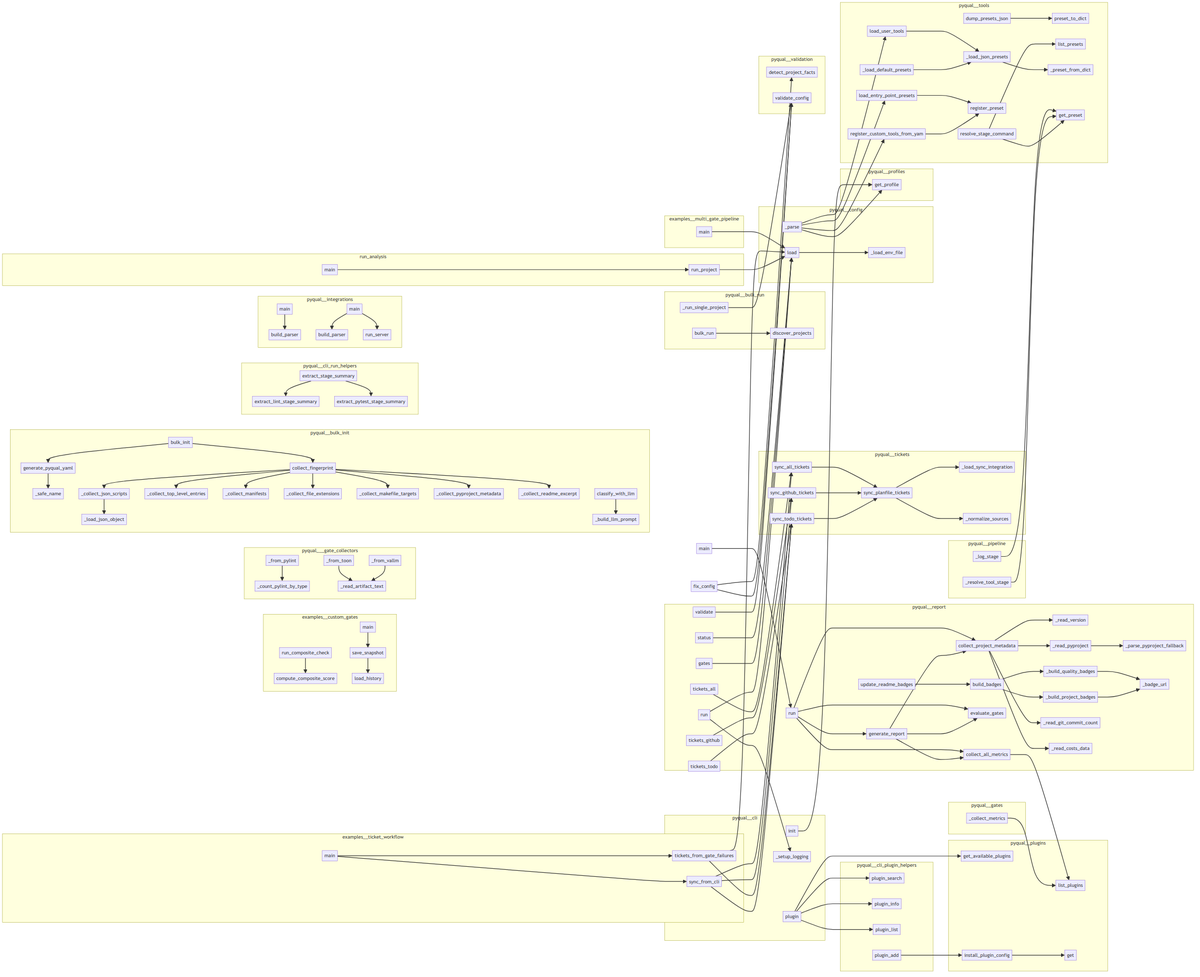
Before: project/calls.png, a diagram exported from Mermaid (semcod/pyqual). Its source is kept beside it as project/calls.mmd.
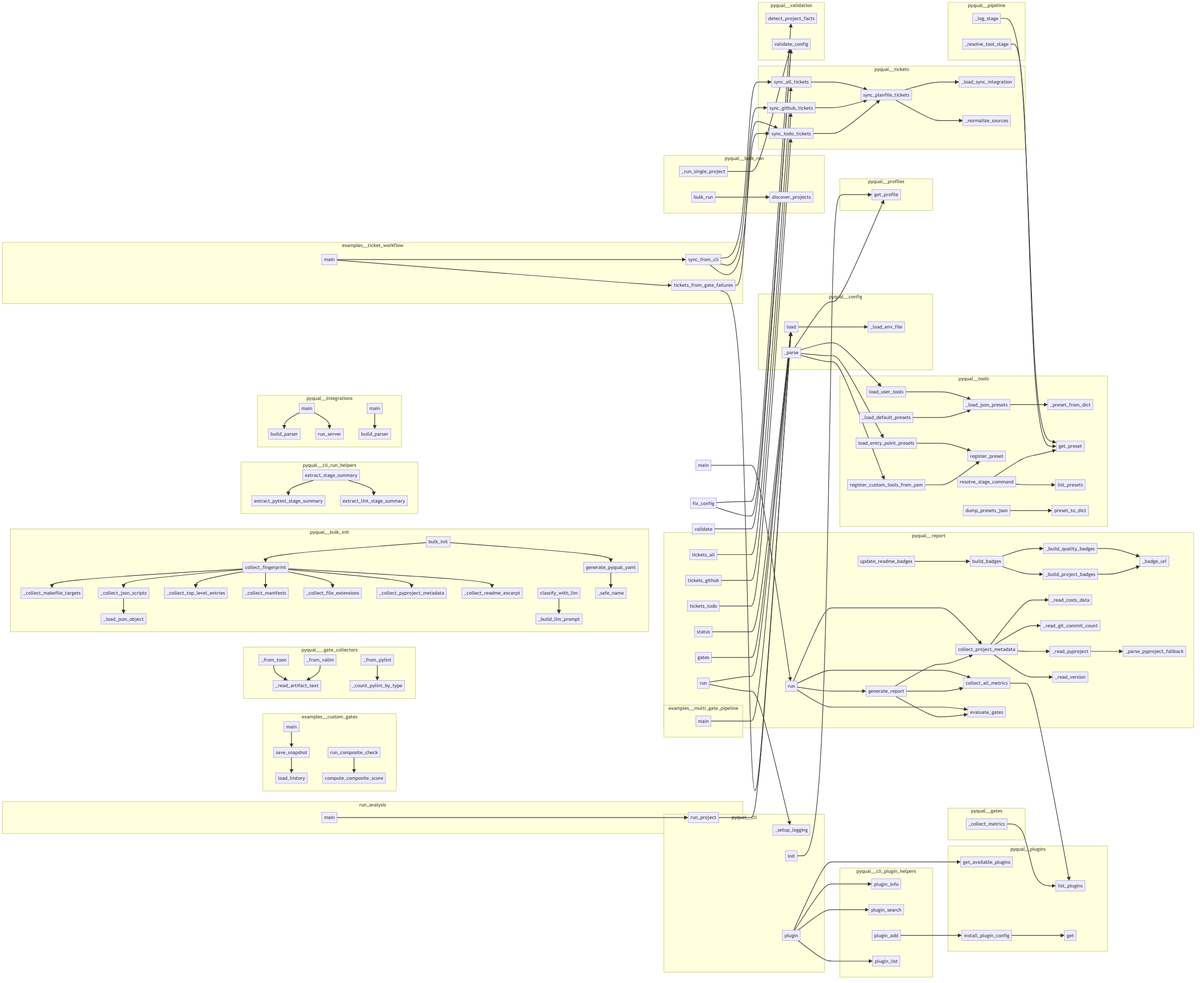
Later version of the same file.

The edit, as a diff of the source:
```diff
@@ -1,152 +1,152 @@
 flowchart LR
     subgraph examples__custom_gates
-        examples__custom_gates__composite_gates__run_composite_check["run_composite_check"]
         examples__custom_gates__metric_history__save_snapshot["save_snapshot"]
         examples__custom_gates__composite_gates__compute_composite_score["compute_composite_score"]
+        examples__custom_gates__metric_history__main["main"]
         examples__custom_gates__metric_history__load_history["load_history"]
-        examples__custom_gates__metric_history__main["main"]
+        examples__custom_gates__composite_gates__run_composite_check["run_composite_check"]
     end
     subgraph examples__multi_gate_pipeline
         examples__multi_gate_pipeline__run_pipeline__main["main"]
     end
     subgraph examples__ticket_workflow
+        examples__ticket_workflow__sync_tickets__main["main"]
+        examples__ticket_workflow__sync_tickets__sync_from_cli["sync_from_cli"]
         examples__ticket_workflow__sync_tickets__tickets_from_gate_failures["tickets_from_gate_failures"]
-        examples__ticket_workflow__sync_tickets__sync_from_cli["sync_from_cli"]
-        examples__ticket_workflow__sync_tickets__main["main"]
     end
     subgraph pyqual___gate_collectors
+        pyqual___gate_collectors___from_pylint["_from_pylint"]
         pyqual___gate_collectors___count_pylint_by_type["_count_pylint_by_type"]
-        pyqual___gate_collectors___from_pylint["_from_pylint"]
+        pyqual___gate_collectors___from_toon["_from_toon"]
         pyqual___gate_collectors___read_artifact_text["_read_artifact_text"]
         pyqual___gate_collectors___from_vallm["_from_vallm"]
-        pyqual___gate_collectors___from_toon["_from_toon"]
     end
     subgraph pyqual__bulk_init
+        pyqual__bulk_init___collect_makefile_targets["_collect_makefile_targets"]
+        pyqual__bulk_init___build_llm_prompt["_build_llm_prompt"]
+        pyqual__bulk_init___collect_pyproject_metadata["_collect_pyproject_metadata"]
+        pyqual__bulk_init__classify_with_llm["classify_with_llm"]
+        pyqual__bulk_init___collect_readme_excerpt["_collect_readme_excerpt"]
+        pyqual__bulk_init___load_json_object["_load_json_object"]
+        pyqual__bulk_init___collect_top_level_entries["_collect_top_level_entries"]
+        pyqual__bulk_init__bulk_init["bulk_init"]
+        pyqual__bulk_init__collect_fingerprint["collect_fingerprint"]
         pyqual__bulk_init___safe_name["_safe_name"]
-        pyqual__bulk_init___collect_pyproject_metadata["_collect_pyproject_metadata"]
         pyqual__bulk_init___collect_json_scripts["_collect_json_scripts"]
         pyqual__bulk_init___collect_manifests["_collect_manifests"]
-        pyqual__bulk_init__bulk_init["bulk_init"]
-        pyqual__bulk_init___collect_makefile_targets["_collect_makefile_targets"]
         pyqual__bulk_init___collect_file_extensions["_collect_file_extensions"]
-        pyqual__bulk_init__collect_fingerprint["collect_fingerprint"]
-        pyqual__bulk_init___collect_top_level_entries["_collect_top_level_entries"]
-        pyqual__bulk_init___collect_readme_excerpt["_collect_readme_excerpt"]
-        pyqual__bulk_init___build_llm_prompt["_build_llm_prompt"]
         pyqual__bulk_init__generate_pyqual_yaml["generate_pyqual_yaml"]
-        pyqual__bulk_init__classify_with_llm["classify_with_llm"]
-        pyqual__bulk_init___load_json_object["_load_json_object"]
     end
     subgraph pyqual__bulk_run
+        pyqual__bulk_run__discover_projects["discover_projects"]
         pyqual__bulk_run__bulk_run["bulk_run"]
-        pyqual__bulk_run__discover_projects["discover_projects"]
         pyqual__bulk_run___run_single_project["_run_single_project"]
     end
     subgraph pyqual__cli
         pyqual__cli__fix_config["fix_config"]
-        pyqual__cli__status["status"]
-        pyqual__cli__tickets_github["tickets_github"]
         pyqual__cli__gates["gates"]
-        pyqual__cli__init["init"]
         pyqual__cli___setup_logging["_setup_logging"]
         pyqual__cli__tickets_todo["tickets_todo"]
-        pyqual__cli__validate["validate"]
+        pyqual__cli__tickets_github["tickets_github"]
+        pyqual__cli__tickets_all["tickets_all"]
         pyqual__cli__plugin["plugin"]
         pyqual__cli__run["run"]
-        pyqual__cli__tickets_all["tickets_all"]
+        pyqual__cli__init["init"]
+        pyqual__cli__validate["validate"]
+        pyqual__cli__status["status"]
     end
     subgraph pyqual__cli_plugin_helpers
+        pyqual__cli_plugin_helpers__plugin_info["plugin_info"]
         pyqual__cli_plugin_helpers__plugin_search["plugin_search"]
-        pyqual__cli_plugin_helpers__plugin_info["plugin_info"]
+        pyqual__cli_plugin_helpers__plugin_add["plugin_add"]
         pyqual__cli_plugin_helpers__plugin_list["plugin_list"]
-        pyqual__cli_plugin_helpers__plugin_add["plugin_add"]
     end
     subgraph pyqual__cli_run_helpers
+        pyqual__cli_run_helpers__extract_stage_summary["extract_stage_summary"]
         pyqual__cli_run_helpers__extract_lint_stage_summary["extract_lint_stage_summary"]
         pyqual__cli_run_helpers__extract_pytest_stage_summary["extract_pytest_stage_summary"]
-        pyqual__cli_run_helpers__extract_stage_summary["extract_stage_summary"]
     end
     subgraph pyqual__config
-        pyqual__config__PyqualConfig__load["load"]
         pyqual__config___load_env_file["_load_env_file"]
         pyqual__config__PyqualConfig___parse["_parse"]
+        pyqual__config__PyqualConfig__load["load"]
     end
     subgraph pyqual__gates
         pyqual__gates__GateSet___collect_metrics["_collect_metrics"]
     end
     subgraph pyqual__integrations
+        pyqual__integrations__llx_mcp_service__build_parser["build_parser"]
+        pyqual__integrations__llx_mcp_service__main["main"]
+        pyqual__integrations__llx_mcp_service__run_server["run_server"]
+        pyqual__integrations__llx_mcp__main["main"]
         pyqual__integrations__llx_mcp__build_parser["build_parser"]
-        pyqual__integrations__llx_mcp_service__run_server["run_server"]
-        pyqual__integrations__llx_mcp_service__main["main"]
-        pyqual__integrations__llx_mcp__main["main"]
-        pyqual__integrations__llx_mcp_service__build_parser["build_parser"]
     end
     subgraph pyqual__pipeline
         pyqual__pipeline__Pipeline___resolve_tool_stage["_resolve_tool_stage"]
         pyqual__pipeline__Pipeline___log_stage["_log_stage"]
     end
     subgraph pyqual__plugins
-        pyqual__plugins__get_available_plugins["get_available_plugins"]
         pyqual__plugins__PluginRegistry__list_plugins["list_plugins"]
         pyqual__plugins__PluginRegistry__get["get"]
+        pyqual__plugins__get_available_plugins["get_available_plugins"]
         pyqual__plugins__install_plugin_config["install_plugin_config"]
     end
     subgraph pyqual__profiles
         pyqual__profiles__get_profile["get_profile"]
     end
     subgraph pyqual__report
+        pyqual__report___build_quality_badges["_build_quality_badges"]
+        pyqual__report__collect_project_metadata["collect_project_metadata"]
+        pyqual__report___read_pyproject["_read_pyproject"]
+        pyqual__report__collect_all_metrics["collect_all_metrics"]
         pyqual__report__build_badges["build_badges"]
-        pyqual__report__collect_project_metadata["collect_project_metadata"]
         pyqual__report__run["run"]
-        pyqual__report___read_version["_read_version"]
-        pyqual__report___build_quality_badges["_build_quality_badges"]
+        pyqual__report___badge_url["_badge_url"]
+        pyqual__report___read_costs_data["_read_costs_data"]
+        pyqual__report___parse_pyproject_fallback["_parse_pyproject_fallback"]
+        pyqual__report__update_readme_badges["update_readme_badges"]
+        pyqual__report___read_git_commit_count["_read_git_commit_count"]
         pyqual__report__main["main"]
-        pyqual__report___build_project_badges["_build_project_badges"]
         pyqual__report__generate_report["generate_report"]
         pyqual__report__evaluate_gates["evaluate_gates"]
-        pyqual__report___read_pyproject["_read_pyproject"]
-        pyqual__report___parse_pyproject_fallback["_parse_pyproject_fallback"]
-        pyqual__report___read_git_commit_count["_read_git_commit_count"]
-        pyqual__report___badge_url["_badge_url"]
-        pyqual__report__update_readme_badges["update_readme_badges"]
-        pyqual__report__collect_all_metrics["collect_all_metrics"]
-        pyqual__report___read_costs_data["_read_costs_data"]
+        pyqual__report___build_project_badges["_build_project_badges"]
+        pyqual__report___read_version["_read_version"]
     end
     subgraph pyqual__tickets
+        pyqual__tickets__sync_todo_tickets["sync_todo_tickets"]
+        pyqual__tickets__sync_github_tickets["sync_github_tickets"]
+        pyqual__tickets__sync_planfile_tickets["sync_planfile_tickets"]
+        pyqual__tickets__sync_all_tickets["sync_all_tickets"]
         pyqual__tickets___load_sync_integration["_load_sync_integration"]
-        pyqual__tickets__sync_planfile_tickets["sync_planfile_tickets"]
-        pyqual__tickets__sync_github_tickets["sync_github_tickets"]
-        pyqual__tickets__sync_todo_tickets["sync_todo_tickets"]
-        pyqual__tickets__sync_all_tickets["sync_all_tickets"]
         pyqual__tickets___normalize_sources["_normalize_sources"]
     end
     subgraph pyqual__tools
+        pyqual__tools__load_entry_point_presets["load_entry_point_presets"]
+        pyqual__tools___load_json_presets["_load_json_presets"]
+        pyqual__tools___preset_from_dict["_preset_from_dict"]
+        pyqual__tools___load_default_presets["_load_default_presets"]
+        pyqual__tools__register_custom_tools_from_yaml["register_custom_tools_from_yam"]
+        pyqual__tools__get_preset["get_preset"]
+        pyqual__tools__load_user_tools["load_user_tools"]
+        pyqual__tools__register_preset["register_preset"]
         pyqual__tools__dump_presets_json["dump_presets_json"]
+        pyqual__tools__list_presets["list_presets"]
         pyqual__tools__resolve_stage_command["resolve_stage_command"]
-        pyqual__tools__load_entry_point_presets["load_entry_point_presets"]
-        pyqual__tools__register_custom_tools_from_yaml["register_custom_tools_from_yam"]
-        pyqual__tools___load_default_presets["_load_default_presets"]
-        pyqual__tools__register_preset["register_preset"]
         pyqual__tools__preset_to_dict["preset_to_dict"]
-        pyqual__tools__list_presets["list_presets"]
-        pyqual__tools___preset_from_dict["_preset_from_dict"]
-        pyqual__tools__load_user_tools["load_user_tools"]
-        pyqual__tools__get_preset["get_preset"]
-        pyqual__tools___load_json_presets["_load_json_presets"]
     end
     subgraph pyqual__validation
         pyqual__validation__detect_project_facts["detect_project_facts"]
         pyqual__validation__validate_config["validate_config"]
     end
     subgraph run_analysis
+        run_analysis__run_project["run_project"]
         run_analysis__main["main"]
-        run_analysis__run_project["run_project"]
     end
     run_analysis__run_project --> pyqual__config__PyqualConfig__load
     run_analysis__main --> run_analysis__run_project
-    examples__custom_gates__composite_gates__run_composite_check --> examples__custom_gates__composite_gates__compute_composite_score
     examples__custom_gates__metric_history__save_snapshot --> examples__custom_gates__metric_history__load_history
     examples__custom_gates__metric_history__main --> examples__custom_gates__metric_history__save_snapshot
+    examples__custom_gates__composite_gates__run_composite_check --> examples__custom_gates__composite_gates__compute_composite_score
     examples__ticket_workflow__sync_tickets__sync_from_cli --> pyqual__tickets__sync_github_tickets
     examples__ticket_workflow__sync_tickets__sync_from_cli --> pyqual__tickets__sync_all_tickets
     examples__ticket_workflow__sync_tickets__sync_from_cli --> pyqual__tickets__sync_todo_tickets
@@ -156,11 +156,6 @@
     examples__ticket_workflow__sync_tickets__main --> examples__ticket_workflow__sync_tickets__tickets_from_gate_failures
     examples__multi_gate_pipeline__run_pipeline__main --> pyqual__config__PyqualConfig__load
     pyqual__plugins__install_plugin_config --> pyqual__plugins__PluginRegistry__get
-    pyqual__config__PyqualConfig__load --> pyqual__config___load_env_file
-    pyqual__config__PyqualConfig___parse --> pyqual__tools__load_entry_point_presets
-    pyqual__config__PyqualConfig___parse --> pyqual__tools__load_user_tools
-    pyqual__config__PyqualConfig___parse --> pyqual__tools__register_custom_tools_from_yaml
-    pyqual__config__PyqualConfig___parse --> pyqual__profiles__get_profile
     pyqual__tools___load_json_presets --> pyqual__tools___preset_from_dict
     pyqual__tools___load_default_presets --> pyqual__tools___load_json_presets
     pyqual__tools__load_user_tools --> pyqual__tools___load_json_presets
@@ -169,12 +164,20 @@
     pyqual__tools__load_entry_point_presets --> pyqual__tools__register_preset
     pyqual__tools__resolve_stage_command --> pyqual__tools__get_preset
     pyqual__tools__resolve_stage_command --> pyqual__tools__list_presets
+    pyqual__gates__GateSet___collect_metrics --> pyqual__plugins__PluginRegistry__list_plugins
     pyqual__tickets__sync_planfile_tickets --> pyqual__tickets___load_sync_integration
     pyqual__tickets__sync_planfile_tickets --> pyqual__tickets___normalize_sources
     pyqual__tickets__sync_todo_tickets --> pyqual__tickets__sync_planfile_tickets
     pyqual__tickets__sync_github_tickets --> pyqual__tickets__sync_planfile_tickets
     pyqual__tickets__sync_all_tickets --> pyqual__tickets__sync_planfile_tickets
-    pyqual__gates__GateSet___collect_metrics --> pyqual__plugins__PluginRegistry__list_plugins
+    pyqual__config__PyqualConfig__load --> pyqual__config___load_env_file
+    pyqual__config__PyqualConfig___parse --> pyqual__tools__load_entry_point_presets
+    pyqual__config__PyqualConfig___parse --> pyqual__tools__load_user_tools
+    pyqual__config__PyqualConfig___parse --> pyqual__tools__register_custom_tools_from_yaml
+    pyqual__config__PyqualConfig___parse --> pyqual__profiles__get_profile
+    pyqual___gate_collectors___from_toon --> pyqual___gate_collectors___read_artifact_text
+    pyqual___gate_collectors___from_vallm --> pyqual___gate_collectors___read_artifact_text
+    pyqual___gate_collectors___from_pylint --> pyqual___gate_collectors___count_pylint_by_type
     pyqual__cli__init --> pyqual__profiles__get_profile
     pyqual__cli__run --> pyqual__cli___setup_logging
     pyqual__cli__run --> pyqual__config__PyqualConfig__load
@@ -191,11 +194,10 @@
     pyqual__cli__plugin --> pyqual__cli_plugin_helpers__plugin_search
     pyqual__cli__plugin --> pyqual__cli_plugin_helpers__plugin_info
     pyqual__cli_plugin_helpers__plugin_add --> pyqual__plugins__install_plugin_config
-    pyqual___gate_collectors___from_toon --> pyqual___gate_collectors___read_artifact_text
-    pyqual___gate_collectors___from_vallm --> pyqual___gate_collectors___read_artifact_text
-    pyqual___gate_collectors___from_pylint --> pyqual___gate_collectors___count_pylint_by_type
     pyqual__cli_run_helpers__extract_stage_summary --> pyqual__cli_run_helpers__extract_pytest_stage_summary
     pyqual__cli_run_helpers__extract_stage_summary --> pyqual__cli_run_helpers__extract_lint_stage_summary
+    pyqual__bulk_run___run_single_project --> pyqual__validation__validate_config
+    pyqual__bulk_run__bulk_run --> pyqual__bulk_run__discover_projects
     pyqual__bulk_init___collect_json_scripts --> pyqual__bulk_init___load_json_object
     pyqual__bulk_init__collect_fingerprint --> pyqual__bulk_init___collect_top_level_entries
     pyqual__bulk_init__collect_fingerprint --> pyqual__bulk_init___collect_manifests
@@ -211,8 +213,6 @@
     pyqual__integrations__llx_mcp_service__main --> pyqual__integrations__llx_mcp_service__build_parser
     pyqual__integrations__llx_mcp_service__main --> pyqual__integrations__llx_mcp_service__run_server
     pyqual__integrations__llx_mcp__main --> pyqual__integrations__llx_mcp__build_parser
-    pyqual__bulk_run___run_single_project --> pyqual__validation__validate_config
-    pyqual__bulk_run__bulk_run --> pyqual__bulk_run__discover_projects
     pyqual__report___read_pyproject --> pyqual__report___parse_pyproject_fallback
     pyqual__report__collect_project_metadata --> pyqual__report___read_pyproject
     pyqual__report__collect_project_metadata --> pyqual__report___read_version
```
